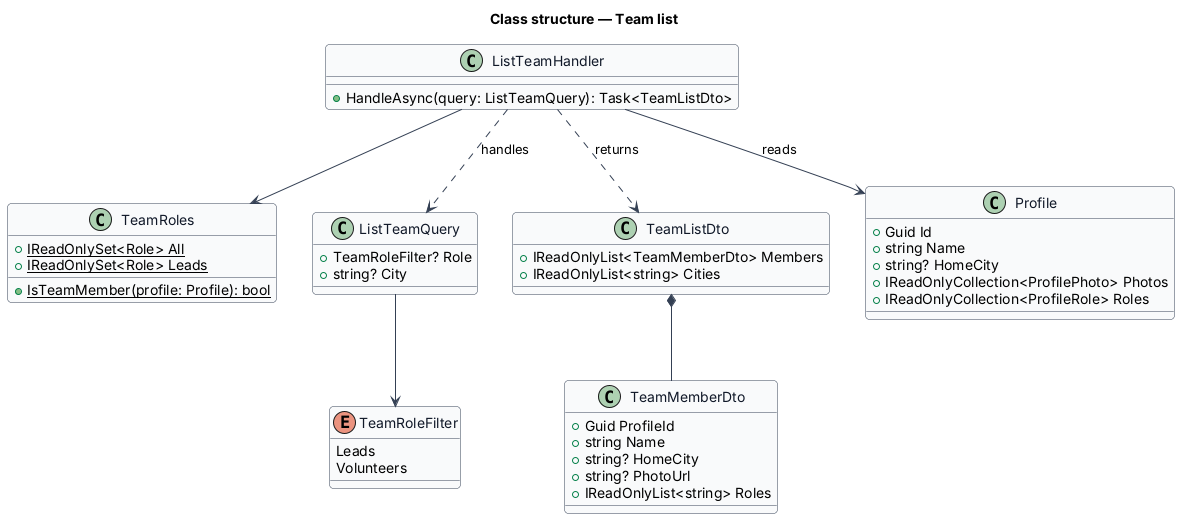
Above: docs/detailed-designs/team/team-list/diagrams/class-structure.png in QuinntyneBrown/faithtech-community (PlantUML), before the change. The source it was exported from:
```plantuml
@startuml
skinparam backgroundColor #FFFFFF
skinparam shadowing false
skinparam roundcorner 8
skinparam defaultFontName Arial
skinparam ArrowColor #344054
skinparam class {
  BorderColor #344054
  FontColor #101828
  BackgroundColor #F9FAFB
}
title Class structure — Team list
class TeamRoles {
  +{static} IReadOnlySet<Role> All
  +{static} IReadOnlySet<Role> Leads
  +{static} IsTeamMember(profile: Profile): bool
}
enum TeamRoleFilter {
  Leads
  Volunteers
}
class ListTeamQuery {
  +TeamRoleFilter? Role
  +string? City
}
class ListTeamHandler {
  +HandleAsync(query: ListTeamQuery): Task<TeamListDto>
}
class TeamListDto {
  +IReadOnlyList<TeamMemberDto> Members
  +IReadOnlyList<string> Cities
}
class TeamMemberDto {
  +Guid ProfileId
  +string Name
  +string? HomeCity
  +string? PhotoUrl
  +IReadOnlyList<string> Roles
}
class Profile {
  +Guid Id
  +string Name
  +string? HomeCity
  +IReadOnlyCollection<ProfilePhoto> Photos
  +IReadOnlyCollection<ProfileRole> Roles
}
ListTeamHandler ..> ListTeamQuery : handles
ListTeamHandler --> TeamRoles
ListTeamHandler --> Profile : reads
ListTeamHandler ..> TeamListDto : returns
ListTeamQuery --> TeamRoleFilter
TeamListDto *-- TeamMemberDto
@enduml
```
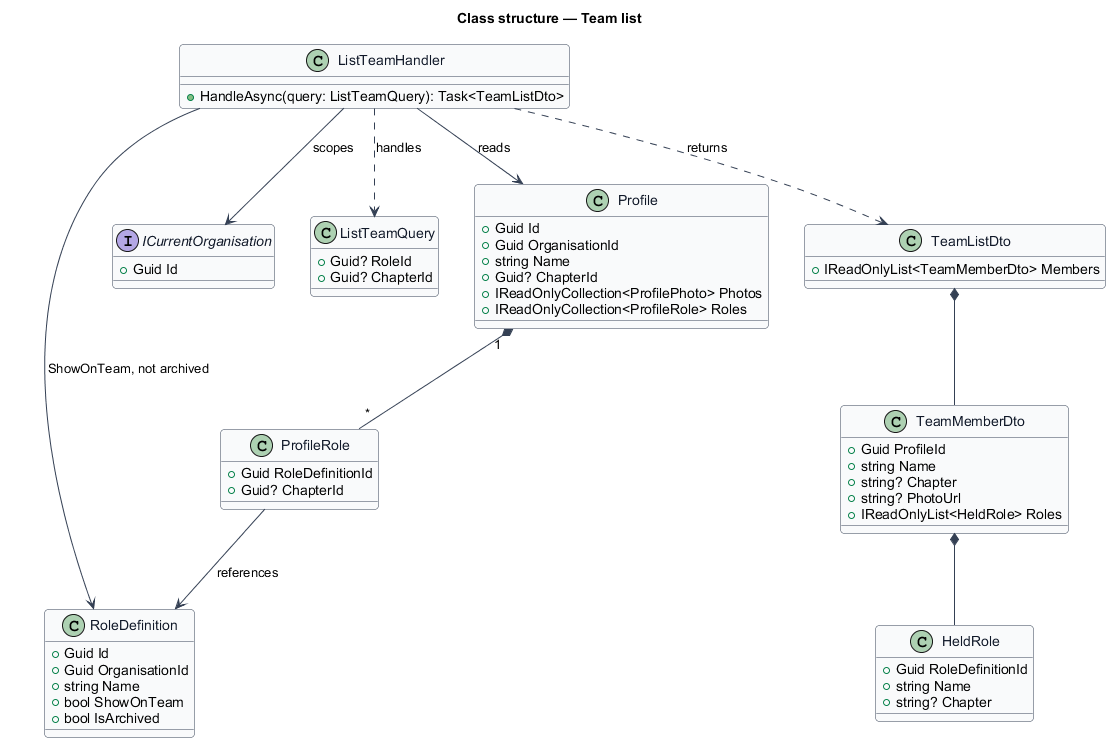
The same file after the commit.

Diff of the diagram source:
```diff
@@ -10,44 +10,57 @@
   BackgroundColor #F9FAFB
 }
 title Class structure — Team list
-class TeamRoles {
-  +{static} IReadOnlySet<Role> All
-  +{static} IReadOnlySet<Role> Leads
-  +{static} IsTeamMember(profile: Profile): bool
+class RoleDefinition {
+  +Guid Id
+  +Guid OrganisationId
+  +string Name
+  +bool ShowOnTeam
+  +bool IsArchived
 }
-enum TeamRoleFilter {
-  Leads
-  Volunteers
+class ProfileRole {
+  +Guid RoleDefinitionId
+  +Guid? ChapterId
+}
+interface ICurrentOrganisation {
+  +Guid Id
 }
 class ListTeamQuery {
-  +TeamRoleFilter? Role
-  +string? City
+  +Guid? RoleId
+  +Guid? ChapterId
 }
 class ListTeamHandler {
   +HandleAsync(query: ListTeamQuery): Task<TeamListDto>
 }
 class TeamListDto {
   +IReadOnlyList<TeamMemberDto> Members
-  +IReadOnlyList<string> Cities
 }
 class TeamMemberDto {
   +Guid ProfileId
   +string Name
-  +string? HomeCity
+  +string? Chapter
   +string? PhotoUrl
-  +IReadOnlyList<string> Roles
+  +IReadOnlyList<HeldRole> Roles
+}
+class HeldRole {
+  +Guid RoleDefinitionId
+  +string Name
+  +string? Chapter
 }
 class Profile {
   +Guid Id
+  +Guid OrganisationId
   +string Name
-  +string? HomeCity
+  +Guid? ChapterId
   +IReadOnlyCollection<ProfilePhoto> Photos
   +IReadOnlyCollection<ProfileRole> Roles
 }
 ListTeamHandler ..> ListTeamQuery : handles
-ListTeamHandler --> TeamRoles
+ListTeamHandler --> RoleDefinition : ShowOnTeam, not archived
+ListTeamHandler --> ICurrentOrganisation : scopes
 ListTeamHandler --> Profile : reads
 ListTeamHandler ..> TeamListDto : returns
-ListTeamQuery --> TeamRoleFilter
+Profile "1" *-- "*" ProfileRole
+ProfileRole --> RoleDefinition : references
 TeamListDto *-- TeamMemberDto
+TeamMemberDto *-- HeldRole
 @enduml
```
